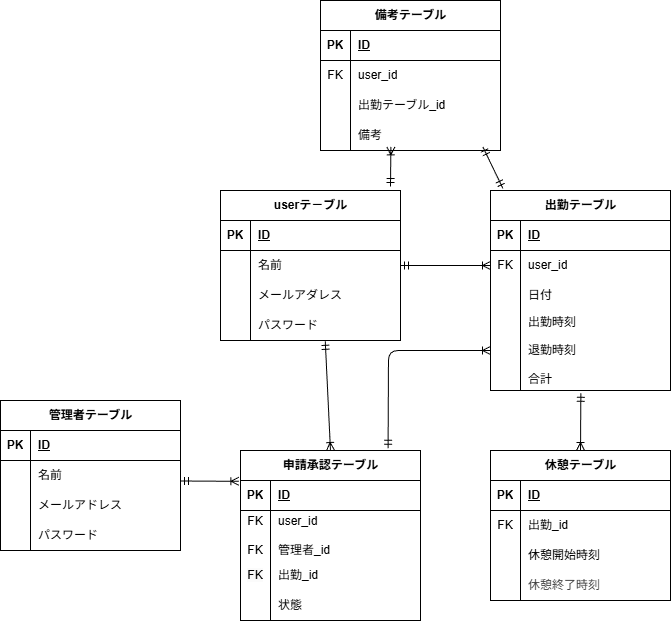
Above: src/.drawio.png in mayu-ya/attendance-system (draw.io), before the change. Source tidied: cells renumbered, new cells last; positions are measured from the earlier drawing's top-left corner, leaving out a move shared by most shapes.
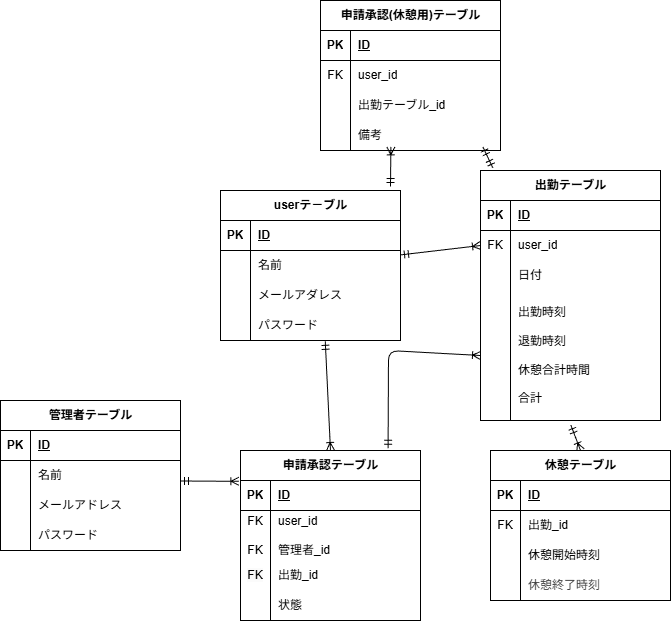
Later version of the same file.

Diff of the diagram source:
```diff
@@ -3,7 +3,7 @@
     <mxCell id="0" />
     <mxCell id="1" parent="0" />
     <mxCell id="2" value="出勤テーブル" style="shape=table;startSize=30;rowLines=0;fontStyle=1;align=center;html=1;" parent="1" vertex="1">
-      <mxGeometry x="490" y="190" width="180" height="200" as="geometry" />
+      <mxGeometry x="480" y="170" width="180" height="250" as="geometry" />
     </mxCell>
     <mxCell id="3" style="shape=tableRow;horizontal=0;startSize=0;swimlaneHead=0;swimlaneBody=0;fillColor=none;top=0;left=0;right=0;bottom=1;" parent="2" vertex="1">
       <mxGeometry y="30" width="180" height="30" as="geometry" />
@@ -33,13 +33,13 @@
       <mxGeometry x="30" width="150" height="30" as="geometry" />
     </mxCell>
     <mxCell id="12" style="shape=tableRow;horizontal=0;startSize=0;swimlaneHead=0;swimlaneBody=0;fillColor=none;points=[[0,0.5],[1,0.5]];portConstraint=eastwest;top=0;left=0;right=0;bottom=0;" parent="2" vertex="1">
-      <mxGeometry y="120" width="180" height="80" as="geometry" />
+      <mxGeometry y="120" width="180" height="130" as="geometry" />
     </mxCell>
     <mxCell id="13" style="shape=partialRectangle;fillColor=none;top=0;left=0;bottom=0;right=0;overflow=hidden;whiteSpace=wrap;html=1;" parent="12" vertex="1">
-      <mxGeometry width="30" height="80" as="geometry" />
+      <mxGeometry width="30" height="130" as="geometry" />
     </mxCell>
-    <mxCell id="14" value="出勤時刻&lt;div&gt;&lt;br&gt;&lt;/div&gt;&lt;div&gt;退勤時刻&lt;/div&gt;&lt;div&gt;&lt;br&gt;&lt;/div&gt;&lt;div&gt;合計&lt;/div&gt;" style="shape=partialRectangle;fillColor=none;top=0;left=0;bottom=0;right=0;align=left;spacingLeft=6;overflow=hidden;whiteSpace=wrap;html=1;" parent="12" vertex="1">
-      <mxGeometry x="30" width="150" height="80" as="geometry" />
+    <mxCell id="14" value="出勤時刻&lt;div&gt;&lt;br&gt;&lt;/div&gt;&lt;div&gt;退勤時刻&lt;/div&gt;&lt;div&gt;&lt;br&gt;&lt;/div&gt;&lt;div&gt;休憩合計時間&lt;/div&gt;&lt;div&gt;&lt;br&gt;&lt;/div&gt;&lt;div&gt;合計&lt;/div&gt;" style="shape=partialRectangle;fillColor=none;top=0;left=0;bottom=0;right=0;align=left;spacingLeft=6;overflow=hidden;whiteSpace=wrap;html=1;" parent="12" vertex="1">
+      <mxGeometry x="30" width="150" height="130" as="geometry" />
     </mxCell>
     <mxCell id="15" style="fontSize=12;html=1;endArrow=ERoneToMany;startArrow=ERmandOne;entryX=0;entryY=0.5;entryDx=0;entryDy=0;" parent="1" edge="1" source="72" target="6">
       <mxGeometry relative="1" as="geometry" />
@@ -174,7 +174,7 @@
     <mxCell id="57" value="パスワード" style="shape=partialRectangle;fillColor=none;top=0;left=0;bottom=0;right=0;align=left;spacingLeft=6;overflow=hidden;whiteSpace=wrap;html=1;" parent="55" vertex="1">
       <mxGeometry x="30" width="150" height="30" as="geometry" />
     </mxCell>
-    <mxCell id="58" value="備考テーブル" style="shape=table;startSize=30;rowLines=0;fontStyle=1;align=center;html=1;" parent="1" vertex="1">
+    <mxCell id="58" value="申請承認(休憩用)テーブル" style="shape=table;startSize=30;rowLines=0;fontStyle=1;align=center;html=1;" parent="1" vertex="1">
       <mxGeometry x="320" width="180" height="150" as="geometry" />
     </mxCell>
     <mxCell id="59" style="shape=tableRow;horizontal=0;startSize=0;swimlaneHead=0;swimlaneBody=0;fillColor=none;top=0;left=0;right=0;bottom=1;" parent="58" vertex="1">
```
